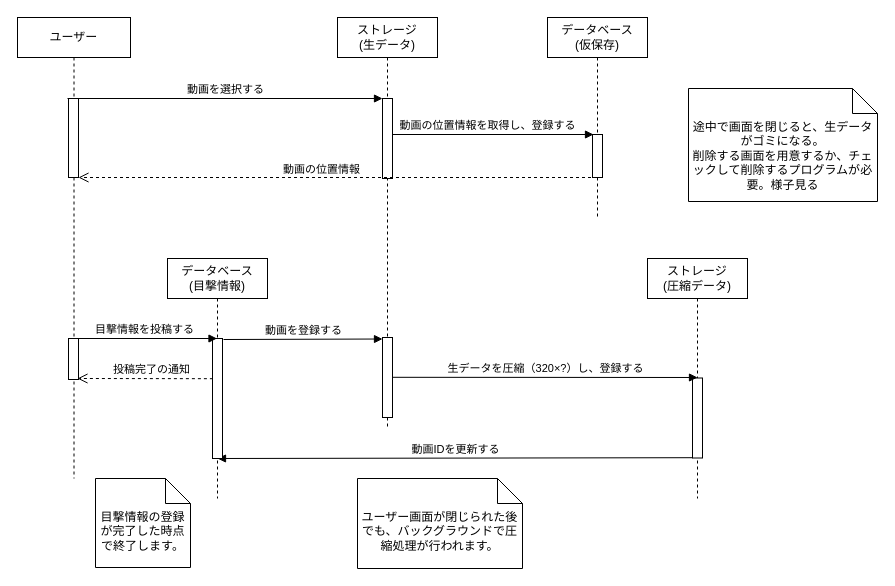
Before: page "動画投稿フロー" (7 of 7) of Iriomote.drawio in kaoru387/draw.io, a draw.io diagram. Source tidied: cells renumbered, new cells numbered last; positions are measured from the earlier drawing's top-left corner, leaving out a move shared by most shapes. Both pictures are drawn from the tidied source at 100%, with x=0, y=0 at pixel (17, 17).
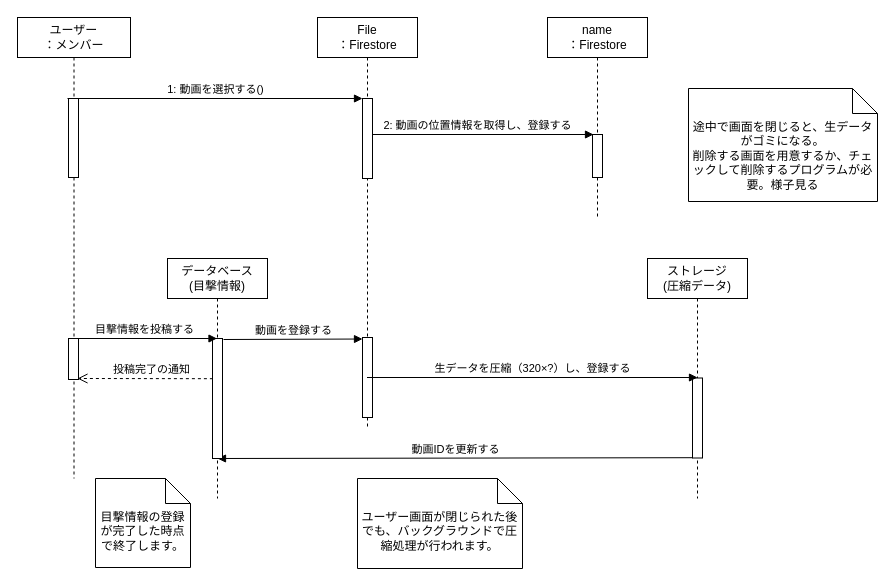
After the change.

The change refers to these unchanged cells:
```xml
<mxCell id="6" style="html=1;points=[];perimeter=orthogonalPerimeter;" parent="5" vertex="1">
  <mxGeometry x="45" y="81" width="10" height="80" as="geometry" />
</mxCell>
<mxCell id="12" style="html=1;points=[];perimeter=orthogonalPerimeter;" parent="11" vertex="1">
  <mxGeometry x="45" y="117" width="10" height="43" as="geometry" />
</mxCell>
```

The edit, as a diff of the source:
```diff
@@
-    <mxCell id="2" value="ユーザー" style="shape=umlLifeline;perimeter=lifelinePerimeter;whiteSpace=wrap;html=1;" parent="1" vertex="1">
+    <mxCell id="2" value="ユーザー&lt;br&gt;：メンバー" style="shape=umlLifeline;perimeter=lifelinePerimeter;whiteSpace=wrap;html=1;" parent="1" vertex="1">
       <mxGeometry width="113" height="461" as="geometry" />
     </mxCell>
@@
-    <mxCell id="5" value="ストレージ&lt;br&gt;(生データ)" style="shape=umlLifeline;perimeter=lifelinePerimeter;whiteSpace=wrap;html=1;outlineConnect=0;" parent="1" vertex="1">
-      <mxGeometry x="320" width="100" height="411" as="geometry" />
+    <mxCell id="5" value="File&lt;br&gt;：Firestore" style="shape=umlLifeline;perimeter=lifelinePerimeter;whiteSpace=wrap;html=1;outlineConnect=0;" parent="1" vertex="1">
+      <mxGeometry x="300" width="100" height="411" as="geometry" />
     </mxCell>
@@
+    <mxCell id="8" value="2: 動画の位置情報を取得し、登録する" style="html=1;verticalAlign=bottom;endArrow=block;rounded=0;entryX=0.1;entryY=0;entryDx=0;entryDy=0;entryPerimeter=0;" parent="5" edge="1" target="12">
+      <mxGeometry x="-0.05" relative="1" as="geometry">
+        <mxPoint x="55" y="117" as="sourcePoint" />
+      </mxGeometry>
+    </mxCell>
@@
-    <mxCell id="8" value="動画の位置情報を取得し、登録する" style="html=1;verticalAlign=bottom;endArrow=block;rounded=0;entryX=0.1;entryY=0;entryDx=0;entryDy=0;entryPerimeter=0;" parent="5" edge="1" target="12">
-      <mxGeometry x="-0.05" relative="1" as="geometry">
-        <mxPoint x="55" y="117" as="sourcePoint" />
-      </mxGeometry>
-    </mxCell>
@@
-    <mxCell id="11" value="データベース&lt;br&gt;(仮保存)" style="shape=umlLifeline;perimeter=lifelinePerimeter;whiteSpace=wrap;html=1;outlineConnect=0;" parent="1" vertex="1">
+    <mxCell id="11" value="name&lt;br&gt;：Firestore" style="shape=umlLifeline;perimeter=lifelinePerimeter;whiteSpace=wrap;html=1;outlineConnect=0;" parent="1" vertex="1">
       <mxGeometry x="530" width="100" height="201" as="geometry" />
     </mxCell>
@@
-    <mxCell id="17" value="動画を選択する" style="html=1;verticalAlign=bottom;endArrow=block;entryX=0;entryY=0;rounded=0;" parent="1" edge="1" target="6">
+    <mxCell id="17" value="1: 動画を選択する()" style="html=1;verticalAlign=bottom;endArrow=block;entryX=0;entryY=0;rounded=0;" parent="1" edge="1" target="6">
       <mxGeometry relative="1" as="geometry">
         <mxPoint x="50" y="81" as="sourcePoint" />
       </mxGeometry>
     </mxCell>
-    <mxCell id="18" value="動画の位置情報" style="html=1;verticalAlign=bottom;endArrow=open;dashed=1;endSize=8;rounded=0;" parent="1" edge="1" source="11">
-      <mxGeometry x="0.07" y="1" relative="1" as="geometry">
-        <mxPoint x="61" y="160" as="targetPoint" />
-        <mxPoint x="1" as="offset" />
-      </mxGeometry>
-    </mxCell>
@@
-    <mxCell id="20" value="生データを圧縮（320×?）し、登録する" style="html=1;verticalAlign=bottom;endArrow=block;rounded=0;" parent="1" edge="1">
+    <mxCell id="20" value="生データを圧縮（320×?）し、登録する" style="html=1;verticalAlign=bottom;endArrow=block;rounded=0;" parent="1" edge="1" source="5">
       <mxGeometry relative="1" as="geometry">
-        <mxPoint x="375" y="359.8" as="sourcePoint" />
         <mxPoint x="680" y="360" as="targetPoint" />
       </mxGeometry>
     </mxCell>
```
